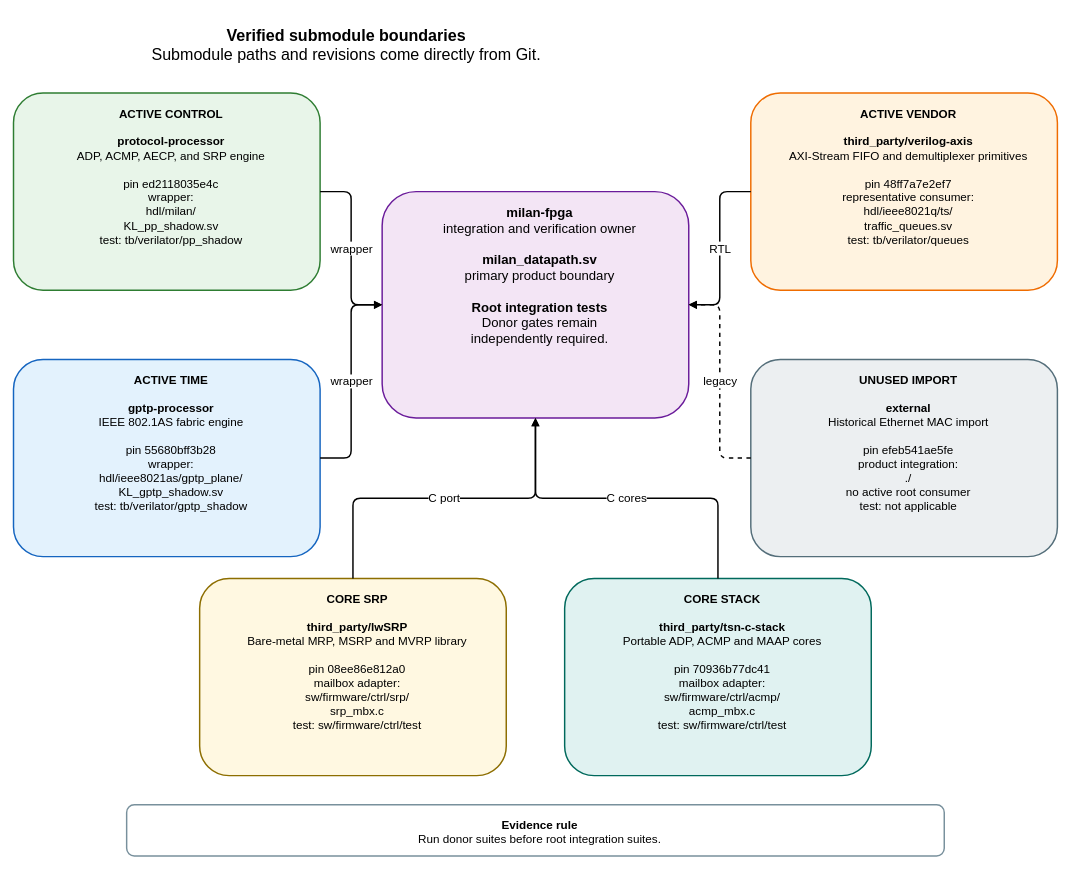
Above: docs/diagrams/submodule_boundaries.drawio in kebag-logic/milan-fpga (draw.io), before the change. Source tidied: cells renumbered, new cells numbered last; positions are measured from the earlier drawing's top-left corner, leaving out a move shared by most shapes. Both pictures are drawn from the tidied source at 73%, with x=0, y=0 at pixel (13, 12).
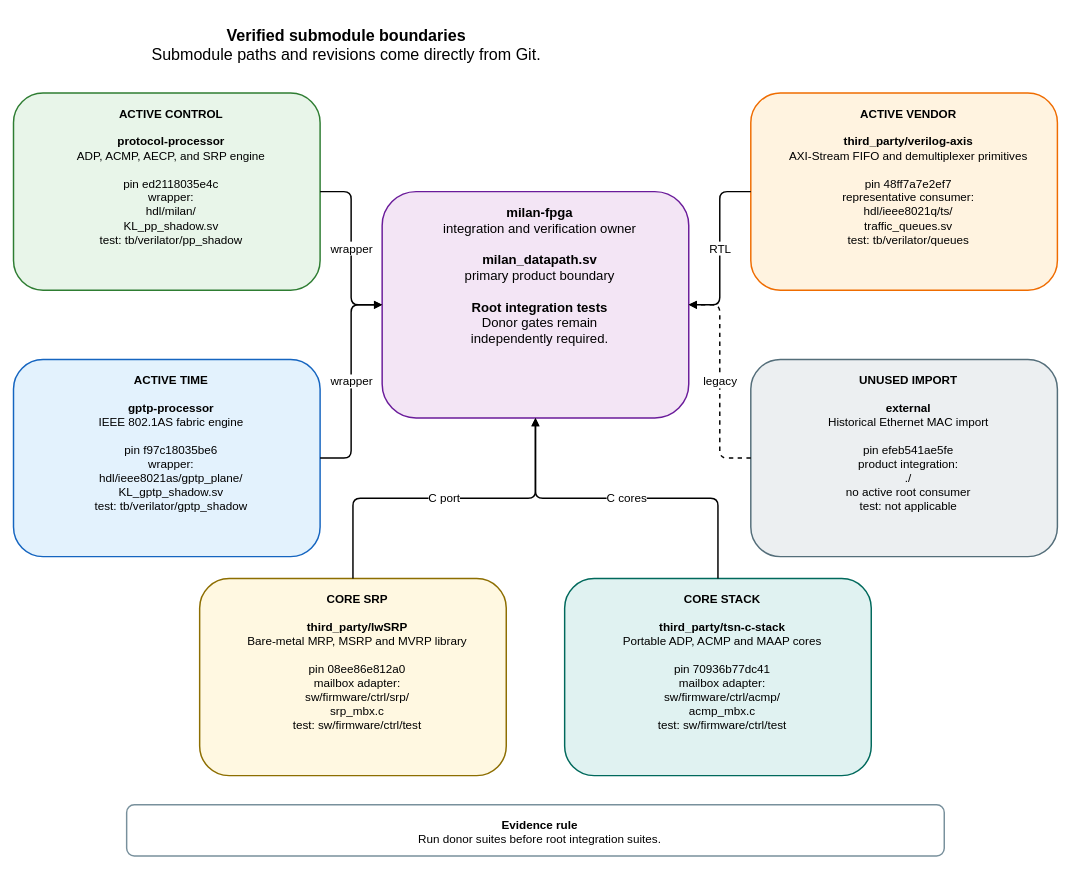
After the change.

What changed in the source:
```diff
@@
 <mxGraphModel>
   <root>
     <mxCell id="0" />
     <mxCell id="1" parent="0" />
     <mxCell id="2" value="&lt;b&gt;Verified submodule boundaries&lt;/b&gt;&lt;br&gt;Submodule paths and revisions come directly from Git." style="rounded=1;whiteSpace=wrap;html=1;verticalAlign=top;spacingTop=12;spacingLeft=12;fontSize=22;fontFamily=Helvetica;fillColor=none;strokeColor=none;strokeWidth=2;" parent="1" vertex="1">
       <mxGeometry width="900" height="65" as="geometry" />
     </mxCell>
     <mxCell id="3" value="&lt;b&gt;milan-fpga&lt;/b&gt;&lt;br&gt;integration and verification owner&lt;br&gt;&lt;br&gt;&lt;b&gt;milan_datapath.sv&lt;/b&gt;&lt;br&gt;primary product boundary&lt;br&gt;&lt;br&gt;&lt;b&gt;Root integration tests&lt;/b&gt;&lt;br&gt;Donor gates remain&lt;br&gt;independently required." style="rounded=1;whiteSpace=wrap;html=1;verticalAlign=top;spacingTop=12;spacingLeft=12;fontSize=18;fontFamily=Helvetica;fillColor=#F3E5F5;strokeColor=#6A1B9A;strokeWidth=2;" parent="1" vertex="1">
       <mxGeometry x="505" y="245" width="420" height="310" as="geometry" />
     </mxCell>
     <mxCell id="4" value="&lt;b&gt;ACTIVE CONTROL&lt;/b&gt;&lt;br&gt;&lt;br&gt;&lt;b&gt;protocol-processor&lt;/b&gt;&lt;br&gt;ADP, ACMP, AECP, and SRP engine&lt;br&gt;&lt;br&gt;pin ed2118035e4c&lt;br&gt;wrapper:&lt;br&gt;hdl/milan/&lt;br&gt;KL_pp_shadow.sv&lt;br&gt;test: tb/verilator/pp_shadow" style="rounded=1;whiteSpace=wrap;html=1;verticalAlign=top;spacingTop=12;spacingLeft=12;fontSize=16;fontFamily=Helvetica;fillColor=#E8F5E9;strokeColor=#2E7D32;strokeWidth=2;" parent="1" vertex="1">
       <mxGeometry y="110" width="420" height="270" as="geometry" />
     </mxCell>
-    <mxCell id="5" value="&lt;b&gt;ACTIVE TIME&lt;/b&gt;&lt;br&gt;&lt;br&gt;&lt;b&gt;gptp-processor&lt;/b&gt;&lt;br&gt;IEEE 802.1AS fabric engine&lt;br&gt;&lt;br&gt;pin 55680bff3b28&lt;br&gt;wrapper:&lt;br&gt;hdl/ieee8021as/gptp_plane/&lt;br&gt;KL_gptp_shadow.sv&lt;br&gt;test: tb/verilator/gptp_shadow" style="rounded=1;whiteSpace=wrap;html=1;verticalAlign=top;spacingTop=12;spacingLeft=12;fontSize=16;fontFamily=Helvetica;fillColor=#E3F2FD;strokeColor=#1565C0;strokeWidth=2;" parent="1" vertex="1">
+    <mxCell id="5" value="&lt;b&gt;ACTIVE TIME&lt;/b&gt;&lt;br&gt;&lt;br&gt;&lt;b&gt;gptp-processor&lt;/b&gt;&lt;br&gt;IEEE 802.1AS fabric engine&lt;br&gt;&lt;br&gt;pin f97c18035be6&lt;br&gt;wrapper:&lt;br&gt;hdl/ieee8021as/gptp_plane/&lt;br&gt;KL_gptp_shadow.sv&lt;br&gt;test: tb/verilator/gptp_shadow" style="rounded=1;whiteSpace=wrap;html=1;verticalAlign=top;spacingTop=12;spacingLeft=12;fontSize=16;fontFamily=Helvetica;fillColor=#E3F2FD;strokeColor=#1565C0;strokeWidth=2;" parent="1" vertex="1">
       <mxGeometry y="475" width="420" height="270" as="geometry" />
     </mxCell>
     <mxCell id="6" value="&lt;b&gt;ACTIVE VENDOR&lt;/b&gt;&lt;br&gt;&lt;br&gt;&lt;b&gt;third_party/verilog-axis&lt;/b&gt;&lt;br&gt;AXI-Stream FIFO and demultiplexer primitives&lt;br&gt;&lt;br&gt;pin 48ff7a7e2ef7&lt;br&gt;representative consumer:&lt;br&gt;hdl/ieee8021q/ts/&lt;br&gt;traffic_queues.sv&lt;br&gt;test: tb/verilator/queues" style="rounded=1;whiteSpace=wrap;html=1;verticalAlign=top;spacingTop=12;spacingLeft=12;fontSize=16;fontFamily=Helvetica;fillColor=#FFF3E0;strokeColor=#EF6C00;strokeWidth=2;" parent="1" vertex="1">
       <mxGeometry x="1010" y="110" width="420" height="270" as="geometry" />
     </mxCell>
     <mxCell id="7" value="&lt;b&gt;UNUSED IMPORT&lt;/b&gt;&lt;br&gt;&lt;br&gt;&lt;b&gt;external&lt;/b&gt;&lt;br&gt;Historical Ethernet MAC import&lt;br&gt;&lt;br&gt;pin efeb541ae5fe&lt;br&gt;product integration:&lt;br&gt;./&lt;br&gt;no active root consumer&lt;br&gt;test: not applicable" style="rounded=1;whiteSpace=wrap;html=1;verticalAlign=top;spacingTop=12;spacingLeft=12;fontSize=16;fontFamily=Helvetica;fillColor=#ECEFF1;strokeColor=#546E7A;strokeWidth=2;" parent="1" vertex="1">
       <mxGeometry x="1010" y="475" width="420" height="270" as="geometry" />
     </mxCell>
     <mxCell id="8" value="&lt;b&gt;CORE SRP&lt;/b&gt;&lt;br&gt;&lt;br&gt;&lt;b&gt;third_party/lwSRP&lt;/b&gt;&lt;br&gt;Bare-metal MRP, MSRP and MVRP library&lt;br&gt;&lt;br&gt;pin 08ee86e812a0&lt;br&gt;mailbox adapter:&lt;br&gt;sw/firmware/ctrl/srp/&lt;br&gt;srp_mbx.c&lt;br&gt;test: sw/firmware/ctrl/test" style="rounded=1;whiteSpace=wrap;html=1;verticalAlign=top;spacingTop=12;spacingLeft=12;fontSize=16;fontFamily=Helvetica;fillColor=#FFF8E1;strokeColor=#8D6E00;strokeWidth=2;" parent="1" vertex="1">
       <mxGeometry x="255" y="775" width="420" height="270" as="geometry" />
     </mxCell>
     <mxCell id="9" value="&lt;b&gt;CORE STACK&lt;/b&gt;&lt;br&gt;&lt;br&gt;&lt;b&gt;third_party/tsn-c-stack&lt;/b&gt;&lt;br&gt;Portable ADP, ACMP and MAAP cores&lt;br&gt;&lt;br&gt;pin 70936b77dc41&lt;br&gt;mailbox adapter:&lt;br&gt;sw/firmware/ctrl/acmp/&lt;br&gt;acmp_mbx.c&lt;br&gt;test: sw/firmware/ctrl/test" style="rounded=1;whiteSpace=wrap;html=1;verticalAlign=top;spacingTop=12;spacingLeft=12;fontSize=16;fontFamily=Helvetica;fillColor=#E0F2F1;strokeColor=#00695C;strokeWidth=2;" parent="1" vertex="1">
       <mxGeometry x="755" y="775" width="420" height="270" as="geometry" />
     </mxCell>
     <mxCell id="10" value="wrapper" style="edgeStyle=orthogonalEdgeStyle;rounded=1;jettySize=auto;html=1;endArrow=block;endFill=1;strokeWidth=2;fontSize=16;fontFamily=Helvetica;labelBackgroundColor=#FFFFFF;" parent="1" edge="1" source="4" target="3">
       <mxGeometry relative="1" as="geometry" />
     </mxCell>
     <mxCell id="11" value="wrapper" style="edgeStyle=orthogonalEdgeStyle;rounded=1;jettySize=auto;html=1;endArrow=block;endFill=1;strokeWidth=2;fontSize=16;fontFamily=Helvetica;labelBackgroundColor=#FFFFFF;" parent="1" edge="1" source="5" target="3">
       <mxGeometry relative="1" as="geometry" />
     </mxCell>
     <mxCell id="12" value="RTL" style="edgeStyle=orthogonalEdgeStyle;rounded=1;jettySize=auto;html=1;endArrow=block;endFill=1;strokeWidth=2;fontSize=16;fontFamily=Helvetica;labelBackgroundColor=#FFFFFF;" parent="1" edge="1" source="6" target="3">
       <mxGeometry relative="1" as="geometry" />
     </mxCell>
     <mxCell id="13" value="legacy" style="edgeStyle=orthogonalEdgeStyle;rounded=1;jettySize=auto;html=1;endArrow=block;endFill=1;strokeWidth=2;fontSize=16;fontFamily=Helvetica;labelBackgroundColor=#FFFFFF;dashed=1;" parent="1" edge="1" source="7" target="3">
       <mxGeometry relative="1" as="geometry" />
     </mxCell>
     <mxCell id="14" value="C port" style="edgeStyle=orthogonalEdgeStyle;rounded=1;jettySize=auto;html=1;endArrow=block;endFill=1;strokeWidth=2;fontSize=16;fontFamily=Helvetica;labelBackgroundColor=#FFFFFF;" parent="1" edge="1" source="8" target="3">
       <mxGeometry relative="1" as="geometry" />
     </mxCell>
     <mxCell id="15" value="C cores" style="edgeStyle=orthogonalEdgeStyle;rounded=1;jettySize=auto;html=1;endArrow=block;endFill=1;strokeWidth=2;fontSize=16;fontFamily=Helvetica;labelBackgroundColor=#FFFFFF;" parent="1" edge="1" source="9" target="3">
       <mxGeometry relative="1" as="geometry" />
     </mxCell>
     <mxCell id="16" value="&lt;b&gt;Evidence rule&lt;/b&gt;&lt;br&gt;Run donor suites before root integration suites." style="rounded=1;whiteSpace=wrap;html=1;verticalAlign=top;spacingTop=12;spacingLeft=12;fontSize=16;fontFamily=Helvetica;fillColor=#FFFFFF;strokeColor=#78909C;strokeWidth=2;" parent="1" vertex="1">
       <mxGeometry x="155" y="1085" width="1120" height="70" as="geometry" />
     </mxCell>
   </root>
 </mxGraphModel>
```
